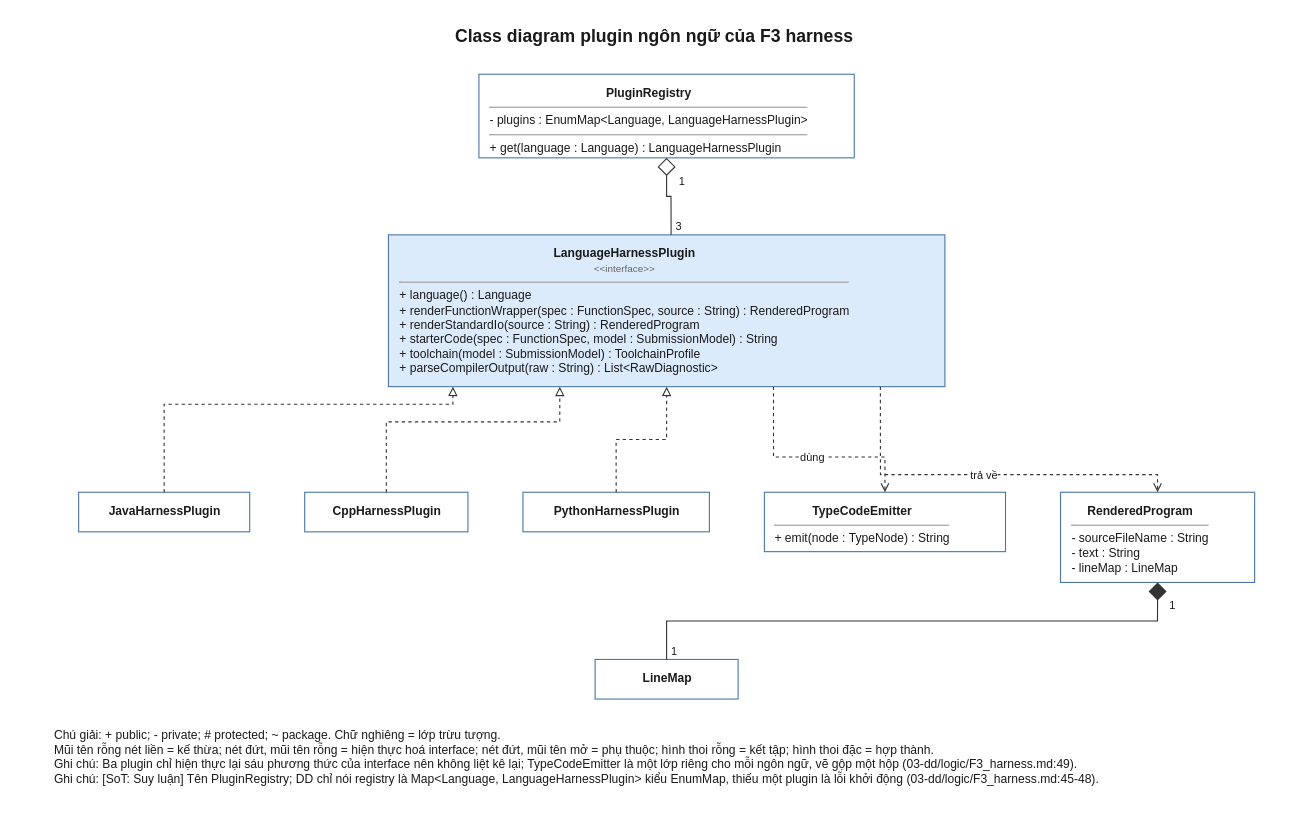
daiphu1801/PRJ_ALGOPREP keeps this draw.io diagram as 08-diagram/class/class_f3_plugin_ngon_ngu.drawio. Above is the earlier version. Source tidied: cells renumbered, new cells numbered last; positions are measured from the earlier drawing's top-left corner, leaving out a move shared by most shapes. Both pictures are drawn from the tidied source at 110%, with x=0, y=0 at pixel (19, 19).
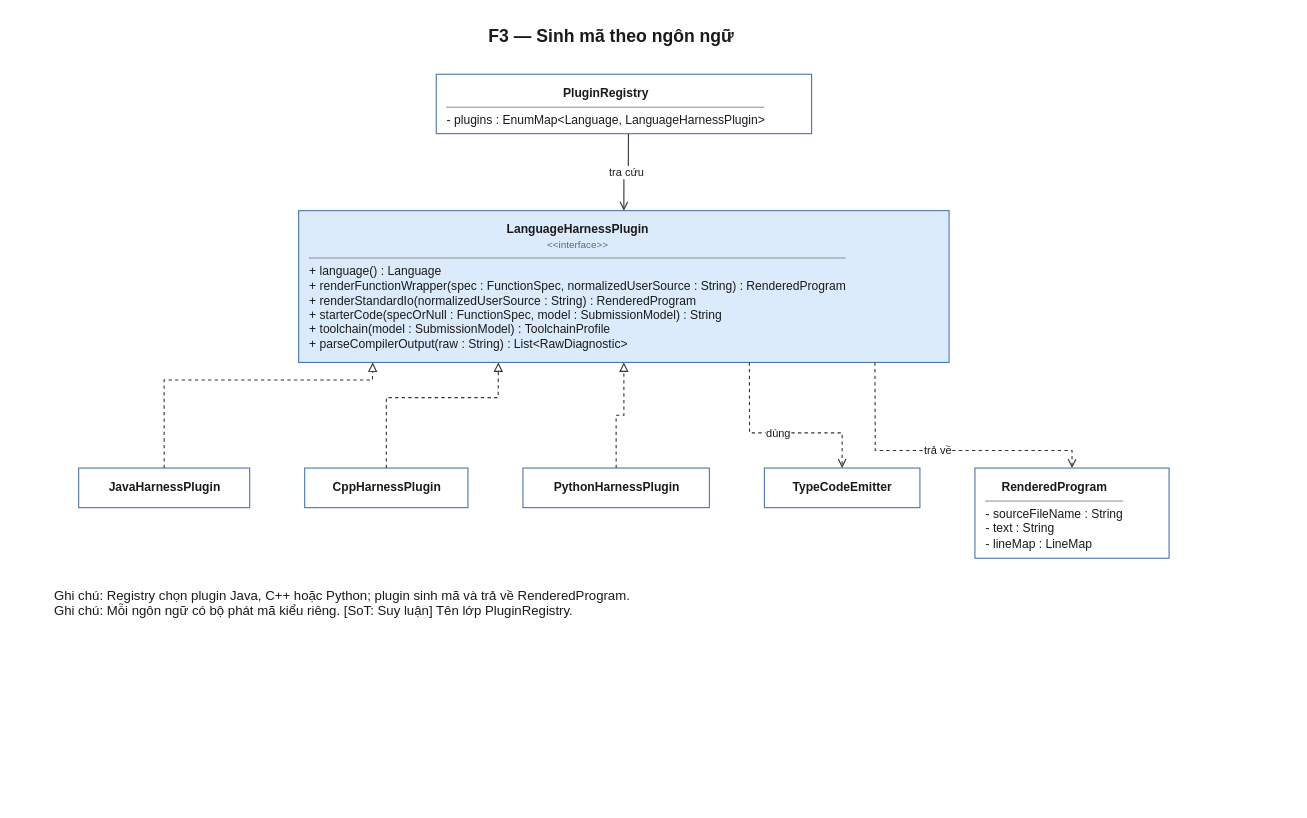
The same page after the edit.

The edit, as a diff of the source:
```diff
@@
-    <mxCell id="2" value="&lt;div style=&quot;text-align:center&quot;&gt;&lt;b&gt;LanguageHarnessPlugin&lt;/b&gt;&lt;br&gt;&lt;font style=&quot;font-size:9px&quot; color=&quot;#666666&quot;&gt;&amp;lt;&amp;lt;interface&amp;gt;&amp;gt;&lt;/font&gt;&lt;/div&gt;&lt;hr size=&quot;1&quot;/&gt;+&amp;nbsp;language()&amp;nbsp;:&amp;nbsp;Language&lt;br&gt;+&amp;nbsp;renderFunctionWrapper(spec&amp;nbsp;:&amp;nbsp;FunctionSpec,&amp;nbsp;source&amp;nbsp;:&amp;nbsp;String)&amp;nbsp;:&amp;nbsp;RenderedProgram&lt;br&gt;+&amp;nbsp;renderStandardIo(source&amp;nbsp;:&amp;nbsp;String)&amp;nbsp;:&amp;nbsp;RenderedProgram&lt;br&gt;+&amp;nbsp;starterCode(spec&amp;nbsp;:&amp;nbsp;FunctionSpec,&amp;nbsp;model&amp;nbsp;:&amp;nbsp;SubmissionModel)&amp;nbsp;:&amp;nbsp;String&lt;br&gt;+&amp;nbsp;toolchain(model&amp;nbsp;:&amp;nbsp;SubmissionModel)&amp;nbsp;:&amp;nbsp;ToolchainProfile&lt;br&gt;+&amp;nbsp;parseCompilerOutput(raw&amp;nbsp;:&amp;nbsp;String)&amp;nbsp;:&amp;nbsp;List&amp;lt;RawDiagnostic&amp;gt;" style="algoprep=class;rounded=0;whiteSpace=nowrap;html=1;align=left;verticalAlign=top;spacingLeft=8;spacingTop=4;spacingRight=8;fontSize=11;fontFamily=Helvetica;fillColor=#DCEBFC;strokeColor=#4A76A8;fontColor=#1A1A1A;" parent="1" vertex="1">
-      <mxGeometry x="335.6" y="196" width="505.9" height="138" as="geometry" />
+    <mxCell id="2" value="&lt;div style=&quot;text-align:center&quot;&gt;&lt;b&gt;LanguageHarnessPlugin&lt;/b&gt;&lt;br&gt;&lt;font style=&quot;font-size:9px&quot; color=&quot;#666666&quot;&gt;&amp;lt;&amp;lt;interface&amp;gt;&amp;gt;&lt;/font&gt;&lt;/div&gt;&lt;hr size=&quot;1&quot;/&gt;+&amp;nbsp;language()&amp;nbsp;:&amp;nbsp;Language&lt;br&gt;+&amp;nbsp;renderFunctionWrapper(spec&amp;nbsp;:&amp;nbsp;FunctionSpec,&amp;nbsp;normalizedUserSource&amp;nbsp;:&amp;nbsp;String)&amp;nbsp;:&amp;nbsp;RenderedProgram&lt;br&gt;+&amp;nbsp;renderStandardIo(normalizedUserSource&amp;nbsp;:&amp;nbsp;String)&amp;nbsp;:&amp;nbsp;RenderedProgram&lt;br&gt;+&amp;nbsp;starterCode(specOrNull&amp;nbsp;:&amp;nbsp;FunctionSpec,&amp;nbsp;model&amp;nbsp;:&amp;nbsp;SubmissionModel)&amp;nbsp;:&amp;nbsp;String&lt;br&gt;+&amp;nbsp;toolchain(model&amp;nbsp;:&amp;nbsp;SubmissionModel)&amp;nbsp;:&amp;nbsp;ToolchainProfile&lt;br&gt;+&amp;nbsp;parseCompilerOutput(raw&amp;nbsp;:&amp;nbsp;String)&amp;nbsp;:&amp;nbsp;List&amp;lt;RawDiagnostic&amp;gt;" style="algoprep=class;rounded=0;whiteSpace=nowrap;html=1;align=left;verticalAlign=top;spacingLeft=8;spacingTop=4;spacingRight=8;fontSize=11;fontFamily=Helvetica;fillColor=#DCEBFC;strokeColor=#4A76A8;fontColor=#1A1A1A;" parent="1" vertex="1">
+      <mxGeometry x="254" y="174" width="591.3" height="138" as="geometry" />
     </mxCell>
     <mxCell id="3" value="&lt;div style=&quot;text-align:center&quot;&gt;&lt;b&gt;JavaHarnessPlugin&lt;/b&gt;&lt;/div&gt;" style="algoprep=class;rounded=0;whiteSpace=nowrap;html=1;align=center;verticalAlign=top;spacingLeft=8;spacingTop=4;spacingRight=8;fontSize=11;fontFamily=Helvetica;fillColor=#FFFFFF;strokeColor=#4A76A8;fontColor=#1A1A1A;" parent="1" vertex="1">
-      <mxGeometry x="54" y="430" width="155.5" height="36" as="geometry" />
+      <mxGeometry x="54" y="408" width="155.5" height="36" as="geometry" />
     </mxCell>
     <mxCell id="4" value="&lt;div style=&quot;text-align:center&quot;&gt;&lt;b&gt;CppHarnessPlugin&lt;/b&gt;&lt;/div&gt;" style="algoprep=class;rounded=0;whiteSpace=nowrap;html=1;align=center;verticalAlign=top;spacingLeft=8;spacingTop=4;spacingRight=8;fontSize=11;fontFamily=Helvetica;fillColor=#FFFFFF;strokeColor=#4A76A8;fontColor=#1A1A1A;" parent="1" vertex="1">
-      <mxGeometry x="259.5" y="430" width="148.4" height="36" as="geometry" />
+      <mxGeometry x="259.5" y="408" width="148.4" height="36" as="geometry" />
     </mxCell>
     <mxCell id="5" value="&lt;div style=&quot;text-align:center&quot;&gt;&lt;b&gt;PythonHarnessPlugin&lt;/b&gt;&lt;/div&gt;" style="algoprep=class;rounded=0;whiteSpace=nowrap;html=1;align=center;verticalAlign=top;spacingLeft=8;spacingTop=4;spacingRight=8;fontSize=11;fontFamily=Helvetica;fillColor=#FFFFFF;strokeColor=#4A76A8;fontColor=#1A1A1A;" parent="1" vertex="1">
-      <mxGeometry x="457.9" y="430" width="169.5" height="36" as="geometry" />
+      <mxGeometry x="457.9" y="408" width="169.5" height="36" as="geometry" />
     </mxCell>
-    <mxCell id="6" value="&lt;div style=&quot;text-align:center&quot;&gt;&lt;b&gt;PluginRegistry&lt;/b&gt;&lt;/div&gt;&lt;hr size=&quot;1&quot;/&gt;-&amp;nbsp;plugins&amp;nbsp;:&amp;nbsp;EnumMap&amp;lt;Language,&amp;nbsp;LanguageHarnessPlugin&amp;gt;&lt;hr size=&quot;1&quot;/&gt;+&amp;nbsp;get(language&amp;nbsp;:&amp;nbsp;Language)&amp;nbsp;:&amp;nbsp;LanguageHarnessPlugin" style="algoprep=class;rounded=0;whiteSpace=nowrap;html=1;align=left;verticalAlign=top;spacingLeft=8;spacingTop=4;spacingRight=8;fontSize=11;fontFamily=Helvetica;fillColor=#FFFFFF;strokeColor=#4A76A8;fontColor=#1A1A1A;" parent="1" vertex="1">
-      <mxGeometry x="417.9" y="50" width="341.2" height="76" as="geometry" />
+    <mxCell id="6" value="&lt;div style=&quot;text-align:center&quot;&gt;&lt;b&gt;PluginRegistry&lt;/b&gt;&lt;/div&gt;&lt;hr size=&quot;1&quot;/&gt;-&amp;nbsp;plugins&amp;nbsp;:&amp;nbsp;EnumMap&amp;lt;Language,&amp;nbsp;LanguageHarnessPlugin&amp;gt;" style="algoprep=class;rounded=0;whiteSpace=nowrap;html=1;align=left;verticalAlign=top;spacingLeft=8;spacingTop=4;spacingRight=8;fontSize=11;fontFamily=Helvetica;fillColor=#FFFFFF;strokeColor=#4A76A8;fontColor=#1A1A1A;" parent="1" vertex="1">
+      <mxGeometry x="379.1" y="50" width="341.2" height="54" as="geometry" />
     </mxCell>
-    <mxCell id="7" value="&lt;div style=&quot;text-align:center&quot;&gt;&lt;b&gt;TypeCodeEmitter&lt;/b&gt;&lt;/div&gt;&lt;hr size=&quot;1&quot;/&gt;+&amp;nbsp;emit(node&amp;nbsp;:&amp;nbsp;TypeNode)&amp;nbsp;:&amp;nbsp;String" style="algoprep=class;rounded=0;whiteSpace=nowrap;html=1;align=left;verticalAlign=top;spacingLeft=8;spacingTop=4;spacingRight=8;fontSize=11;fontFamily=Helvetica;fillColor=#FFFFFF;strokeColor=#4A76A8;fontColor=#1A1A1A;" parent="1" vertex="1">
-      <mxGeometry x="677.4" y="430" width="219.2" height="54" as="geometry" />
+    <mxCell id="7" value="&lt;div style=&quot;text-align:center&quot;&gt;&lt;b&gt;TypeCodeEmitter&lt;/b&gt;&lt;/div&gt;" style="algoprep=class;rounded=0;whiteSpace=nowrap;html=1;align=center;verticalAlign=top;spacingLeft=8;spacingTop=4;spacingRight=8;fontSize=11;fontFamily=Helvetica;fillColor=#FFFFFF;strokeColor=#4A76A8;fontColor=#1A1A1A;" parent="1" vertex="1">
+      <mxGeometry x="677.4" y="408" width="141.4" height="36" as="geometry" />
     </mxCell>
     <mxCell id="8" value="&lt;div style=&quot;text-align:center&quot;&gt;&lt;b&gt;RenderedProgram&lt;/b&gt;&lt;/div&gt;&lt;hr size=&quot;1&quot;/&gt;-&amp;nbsp;sourceFileName&amp;nbsp;:&amp;nbsp;String&lt;br&gt;-&amp;nbsp;text&amp;nbsp;:&amp;nbsp;String&lt;br&gt;-&amp;nbsp;lineMap&amp;nbsp;:&amp;nbsp;LineMap" style="algoprep=class;rounded=0;whiteSpace=nowrap;html=1;align=left;verticalAlign=top;spacingLeft=8;spacingTop=4;spacingRight=8;fontSize=11;fontFamily=Helvetica;fillColor=#FFFFFF;strokeColor=#4A76A8;fontColor=#1A1A1A;" parent="1" vertex="1">
-      <mxGeometry x="946.6" y="430" width="176.5" height="82" as="geometry" />
+      <mxGeometry x="868.8" y="408" width="176.5" height="82" as="geometry" />
     </mxCell>
-    <mxCell id="9" value="&lt;div style=&quot;text-align:center&quot;&gt;&lt;b&gt;LineMap&lt;/b&gt;&lt;/div&gt;" style="algoprep=class;rounded=0;whiteSpace=nowrap;html=1;align=center;verticalAlign=top;spacingLeft=8;spacingTop=4;spacingRight=8;fontSize=11;fontFamily=Helvetica;fillColor=#FFFFFF;strokeColor=#4A76A8;fontColor=#1A1A1A;" parent="1" vertex="1">
-      <mxGeometry x="523.5" y="582" width="130" height="36" as="geometry" />
-    </mxCell>
-    <mxCell id="10" style="html=1;rounded=0;jettySize=auto;fontSize=10;strokeColor=#333333;fontColor=#1A1A1A;labelBackgroundColor=#FFFFFF;exitX=0.500;exitY=0;exitDx=0;exitDy=0;exitPerimeter=0;entryX=0.116;entryY=1;entryDx=0;entryDy=0;entryPerimeter=0;dashed=1;startArrow=none;endArrow=block;endFill=0;" parent="1" edge="1" source="3" target="2">
+    <mxCell id="10" style="html=1;rounded=0;jettySize=auto;fontSize=10;strokeColor=#333333;fontColor=#1A1A1A;labelBackgroundColor=#FFFFFF;exitX=0.500;exitY=0;exitDx=0;exitDy=0;exitPerimeter=0;entryX=0.114;entryY=1;entryDx=0;entryDy=0;entryPerimeter=0;dashed=1;startArrow=none;endArrow=block;endFill=0;" parent="1" edge="1" source="3" target="2">
       <mxGeometry relative="1" as="geometry">
         <Array as="points">
-          <mxPoint x="131.7" y="350" />
-          <mxPoint x="394.2" y="350" />
+          <mxPoint x="131.7" y="328" />
+          <mxPoint x="321.1" y="328" />
         </Array>
       </mxGeometry>
     </mxCell>
-    <mxCell id="11" style="html=1;rounded=0;jettySize=auto;fontSize=10;strokeColor=#333333;fontColor=#1A1A1A;labelBackgroundColor=#FFFFFF;exitX=0.500;exitY=0;exitDx=0;exitDy=0;exitPerimeter=0;entryX=0.308;entryY=1;entryDx=0;entryDy=0;entryPerimeter=0;dashed=1;startArrow=none;endArrow=block;endFill=0;" parent="1" edge="1" source="4" target="2">
+    <mxCell id="11" style="html=1;rounded=0;jettySize=auto;fontSize=10;strokeColor=#333333;fontColor=#1A1A1A;labelBackgroundColor=#FFFFFF;exitX=0.500;exitY=0;exitDx=0;exitDy=0;exitPerimeter=0;entryX=0.307;entryY=1;entryDx=0;entryDy=0;entryPerimeter=0;dashed=1;startArrow=none;endArrow=block;endFill=0;" parent="1" edge="1" source="4" target="2">
       <mxGeometry relative="1" as="geometry">
         <Array as="points">
-          <mxPoint x="333.7" y="366" />
-          <mxPoint x="491.4" y="366" />
+          <mxPoint x="333.7" y="344" />
+          <mxPoint x="435.4" y="344" />
         </Array>
       </mxGeometry>
     </mxCell>
     <mxCell id="12" style="html=1;rounded=0;jettySize=auto;fontSize=10;strokeColor=#333333;fontColor=#1A1A1A;labelBackgroundColor=#FFFFFF;exitX=0.500;exitY=0;exitDx=0;exitDy=0;exitPerimeter=0;entryX=0.500;entryY=1;entryDx=0;entryDy=0;entryPerimeter=0;dashed=1;startArrow=none;endArrow=block;endFill=0;" parent="1" edge="1" source="5" target="2">
       <mxGeometry relative="1" as="geometry">
         <Array as="points">
-          <mxPoint x="542.6" y="382" />
-          <mxPoint x="588.5" y="382" />
+          <mxPoint x="542.6" y="360" />
+          <mxPoint x="549.7" y="360" />
         </Array>
       </mxGeometry>
     </mxCell>
-    <mxCell id="13" style="html=1;rounded=0;jettySize=auto;fontSize=10;strokeColor=#333333;fontColor=#1A1A1A;labelBackgroundColor=#FFFFFF;exitX=0.500;exitY=1;exitDx=0;exitDy=0;exitPerimeter=0;entryX=0.508;entryY=0;entryDx=0;entryDy=0;entryPerimeter=0;startArrow=diamond;startSize=14;startFill=0;endArrow=none;" parent="1" edge="1" source="6" target="2">
+    <mxCell id="13" value="tra cứu" style="html=1;rounded=0;jettySize=auto;fontSize=10;strokeColor=#333333;fontColor=#1A1A1A;labelBackgroundColor=#FFFFFF;exitX=0.512;exitY=1;exitDx=0;exitDy=0;exitPerimeter=0;entryX=0.500;entryY=0;entryDx=0;entryDy=0;entryPerimeter=0;startArrow=none;endArrow=open;endFill=0;" parent="1" edge="1" source="6" target="2">
       <mxGeometry relative="1" as="geometry">
         <Array as="points">
-          <mxPoint x="588.5" y="161" />
-          <mxPoint x="592.5" y="161" />
+          <mxPoint x="553.7" y="139" />
+          <mxPoint x="549.7" y="139" />
         </Array>
       </mxGeometry>
     </mxCell>
-    <mxCell id="14" value="1" style="text;html=1;fontSize=10;fontColor=#1A1A1A;align=left;verticalAlign=middle;spacing=0;" parent="1" vertex="1">
-      <mxGeometry x="599.5" y="140" width="24" height="14" as="geometry" />
-    </mxCell>
-    <mxCell id="15" value="3" style="text;html=1;fontSize=10;fontColor=#1A1A1A;align=left;verticalAlign=middle;spacing=0;" parent="1" vertex="1">
-      <mxGeometry x="596.6" y="181" width="24" height="14" as="geometry" />
-    </mxCell>
-    <mxCell id="16" value="trả về" style="html=1;rounded=0;jettySize=auto;fontSize=10;strokeColor=#333333;fontColor=#1A1A1A;labelBackgroundColor=#FFFFFF;exitX=0.884;exitY=1;exitDx=0;exitDy=0;exitPerimeter=0;entryX=0.500;entryY=0;entryDx=0;entryDy=0;entryPerimeter=0;dashed=1;startArrow=none;endArrow=open;endFill=0;" parent="1" edge="1" source="2" target="8">
+    <mxCell id="16" value="trả về" style="html=1;rounded=0;jettySize=auto;fontSize=10;strokeColor=#333333;fontColor=#1A1A1A;labelBackgroundColor=#FFFFFF;exitX=0.886;exitY=1;exitDx=0;exitDy=0;exitPerimeter=0;entryX=0.500;entryY=0;entryDx=0;entryDy=0;entryPerimeter=0;dashed=1;startArrow=none;endArrow=open;endFill=0;" parent="1" edge="1" source="2" target="8">
       <mxGeometry relative="1" as="geometry">
         <Array as="points">
-          <mxPoint x="782.9" y="414" />
-          <mxPoint x="1034.8" y="414" />
+          <mxPoint x="778.2" y="392" />
+          <mxPoint x="957.1" y="392" />
         </Array>
       </mxGeometry>
     </mxCell>
-    <mxCell id="17" style="html=1;rounded=0;jettySize=auto;fontSize=10;strokeColor=#333333;fontColor=#1A1A1A;labelBackgroundColor=#FFFFFF;exitX=0.500;exitY=1;exitDx=0;exitDy=0;exitPerimeter=0;entryX=0.500;entryY=0;entryDx=0;entryDy=0;entryPerimeter=0;startArrow=diamond;startSize=14;startFill=1;endArrow=none;" parent="1" edge="1" source="8" target="9">
-      <mxGeometry relative="1" as="geometry">
-        <Array as="points">
-          <mxPoint x="1034.8" y="547" />
-          <mxPoint x="588.5" y="547" />
-        </Array>
-      </mxGeometry>
-    </mxCell>
-    <mxCell id="18" value="1" style="text;html=1;fontSize=10;fontColor=#1A1A1A;align=left;verticalAlign=middle;spacing=0;" parent="1" vertex="1">
-      <mxGeometry x="1045.8" y="526" width="24" height="14" as="geometry" />
-    </mxCell>
-    <mxCell id="19" value="1" style="text;html=1;fontSize=10;fontColor=#1A1A1A;align=left;verticalAlign=middle;spacing=0;" parent="1" vertex="1">
-      <mxGeometry x="592.5" y="567" width="24" height="14" as="geometry" />
-    </mxCell>
-    <mxCell id="20" value="dùng" style="html=1;rounded=0;jettySize=auto;fontSize=10;strokeColor=#333333;fontColor=#1A1A1A;labelBackgroundColor=#FFFFFF;exitX=0.692;exitY=1;exitDx=0;exitDy=0;exitPerimeter=0;entryX=0.500;entryY=0;entryDx=0;entryDy=0;entryPerimeter=0;dashed=1;startArrow=none;endArrow=open;endFill=0;" parent="1" edge="1" source="2" target="7">
+    <mxCell id="20" value="dùng" style="html=1;rounded=0;jettySize=auto;fontSize=10;strokeColor=#333333;fontColor=#1A1A1A;labelBackgroundColor=#FFFFFF;exitX=0.693;exitY=1;exitDx=0;exitDy=0;exitPerimeter=0;entryX=0.500;entryY=0;entryDx=0;entryDy=0;entryPerimeter=0;dashed=1;startArrow=none;endArrow=open;endFill=0;" parent="1" edge="1" source="2" target="7">
       <mxGeometry relative="1" as="geometry">
         <Array as="points">
-          <mxPoint x="685.7" y="398" />
-          <mxPoint x="787" y="398" />
+          <mxPoint x="663.9" y="376" />
+          <mxPoint x="748.1" y="376" />
         </Array>
       </mxGeometry>
     </mxCell>
-    <mxCell id="21" value="Class diagram plugin ngôn ngữ của F3 harness" style="text;html=1;fontSize=16;fontStyle=1;align=center;verticalAlign=middle;fontColor=#1A1A1A;" parent="1" vertex="1">
-      <mxGeometry width="1153.1" height="30" as="geometry" />
+    <mxCell id="21" value="F3 — Sinh mã theo ngôn ngữ" style="text;html=1;fontSize=16;fontStyle=1;align=center;verticalAlign=middle;fontColor=#1A1A1A;" parent="1" vertex="1">
+      <mxGeometry width="1075.3" height="30" as="geometry" />
     </mxCell>
-    <mxCell id="22" value="Chú giải: + public; - private; # protected; ~ package. Chữ nghiêng = lớp trừu tượng.&lt;br&gt;Mũi tên rỗng nét liền = kế thừa; nét đứt, mũi tên rỗng = hiện thực hoá interface; nét đứt, mũi tên mở = phụ thuộc; hình thoi rỗng = kết tập; hình thoi đặc = hợp thành.&lt;br&gt;Ghi chú: Ba plugin chỉ hiện thực lại sáu phương thức của interface nên không liệt kê lại; TypeCodeEmitter là một lớp riêng cho mỗi ngôn ngữ, vẽ gộp một hộp (03-dd/logic/F3_harness.md:49).&lt;br&gt;Ghi chú: [SoT: Suy luận] Tên PluginRegistry; DD chỉ nói registry là Map&amp;lt;Language, LanguageHarnessPlugin&amp;gt; kiểu EnumMap, thiếu một plugin là lỗi khởi động (03-dd/logic/F3_harness.md:45-48)." style="text;html=1;align=left;verticalAlign=top;fontSize=11;fontColor=#1A1A1A;" parent="1" vertex="1">
-      <mxGeometry x="30" y="638" width="1100" height="72" as="geometry" />
-    </mxCell>
+    <mxCell id="23" value="Ghi chú: Registry chọn plugin Java, C++ hoặc Python; plugin sinh mã và trả về RenderedProgram.&lt;br&gt;Ghi chú: Mỗi ngôn ngữ có bộ phát mã kiểu riêng. [SoT: Suy luận] Tên lớp PluginRegistry." style="text;html=1;align=left;verticalAlign=top;fontSize=12;fontColor=#1A1A1A;" parent="1" vertex="1">
+      <mxGeometry x="30" y="510" width="1100" height="44" as="geometry" />
+    </mxCell>
```
